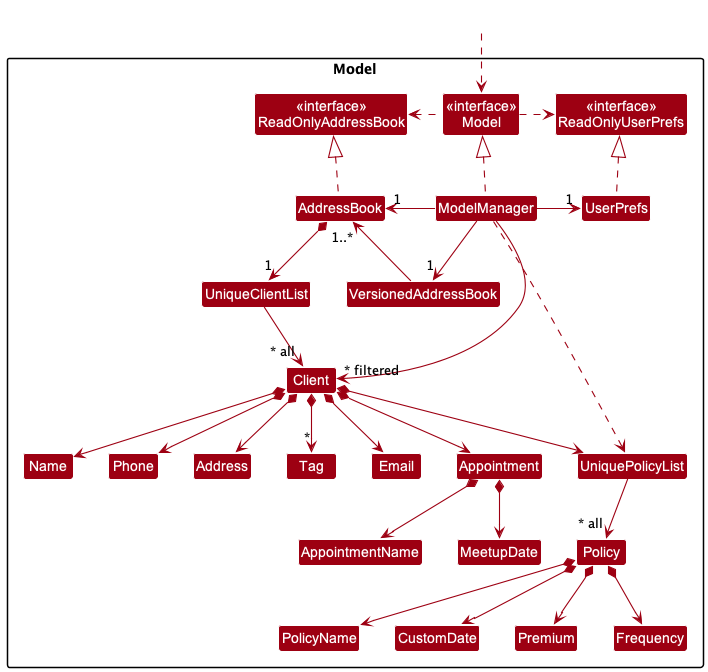
Above: docs/images/ModelClassDiagram.png in nus-cs2103-AY2223S2/tp (PlantUML), before the change.
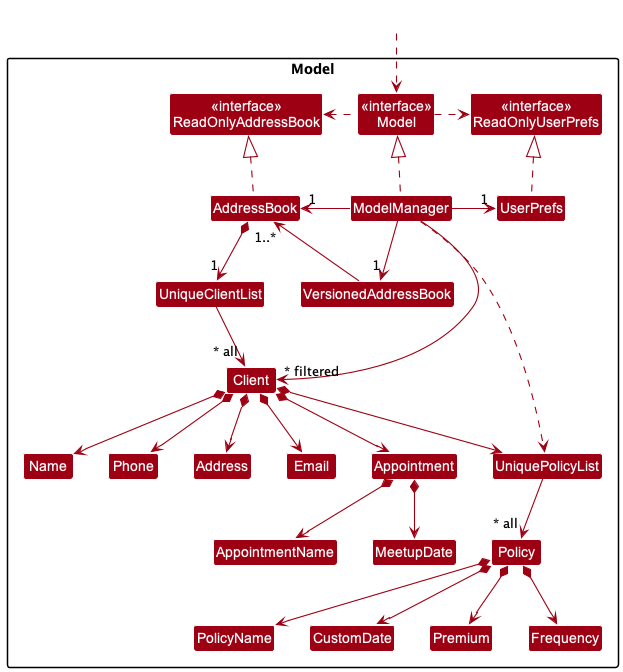
After the commit.

Change to the diagram source:
```diff
@@ -18,7 +18,6 @@
 Class Email
 Class Name
 Class Phone
-Class Tag
 Class Policy
 Class UniquePolicyList
 Class PolicyName
@@ -56,7 +55,6 @@
 Client *--> Phone
 Client *--> Email
 Client *--> Address
-Client *--> "*" Tag
 Client *--> UniquePolicyList
 UniquePolicyList --> "~* all" Policy
 Policy *--> PolicyName
```
